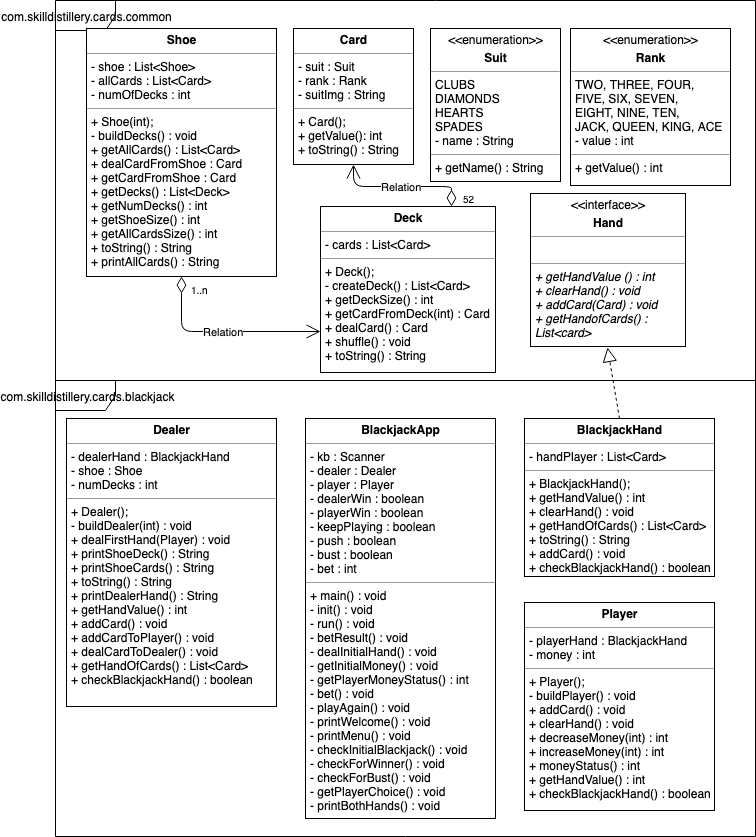
robrides/BlackjackProject keeps this draw.io diagram as CardGamesBlackjack.png. Above is the earlier version. Source tidied: cells renumbered, new cells last; positions are measured from the earlier drawing's top-left corner, leaving out a move shared by most shapes.
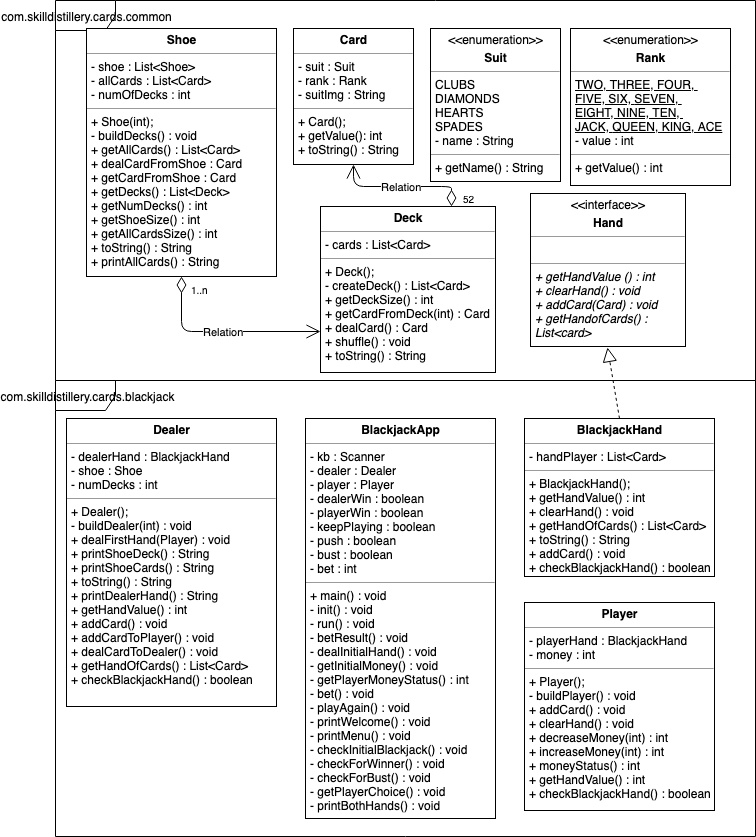
After the change.

Change to the diagram source:
```diff
@@ -20,7 +20,7 @@
     <mxCell id="7" value="&lt;p style=&quot;margin: 0px ; margin-top: 4px ; text-align: center&quot;&gt;&amp;lt;&amp;lt;enumeration&amp;gt;&amp;gt;&lt;/p&gt;&lt;p style=&quot;margin: 0px ; margin-top: 4px ; text-align: center&quot;&gt;&lt;b&gt;Suit&lt;/b&gt;&lt;/p&gt;&lt;hr size=&quot;1&quot;&gt;&lt;p style=&quot;margin: 0px ; margin-left: 4px&quot;&gt;&lt;span&gt;CLUBS&lt;/span&gt;&lt;br&gt;&lt;/p&gt;&lt;p style=&quot;margin: 0px ; margin-left: 4px&quot;&gt;DIAMONDS&lt;/p&gt;&lt;p style=&quot;margin: 0px ; margin-left: 4px&quot;&gt;HEARTS&lt;/p&gt;&lt;p style=&quot;margin: 0px ; margin-left: 4px&quot;&gt;SPADES&lt;/p&gt;&lt;p style=&quot;margin: 0px ; margin-left: 4px&quot;&gt;- name : String&lt;br&gt;&lt;/p&gt;&lt;hr size=&quot;1&quot;&gt;&lt;p style=&quot;margin: 0px ; margin-left: 4px&quot;&gt;+ getName() : String&lt;/p&gt;&lt;p style=&quot;margin: 0px ; margin-left: 4px&quot;&gt;&lt;br&gt;&lt;/p&gt;" style="verticalAlign=top;align=left;overflow=fill;fontSize=12;fontFamily=Helvetica;html=1;rounded=0;shadow=0;comic=0;labelBackgroundColor=none;strokeColor=#000000;strokeWidth=1;fillColor=#ffffff;" parent="1" vertex="1">
       <mxGeometry x="375" y="28" width="130" height="153" as="geometry" />
     </mxCell>
-    <mxCell id="8" value="&lt;p style=&quot;margin: 0px ; margin-top: 4px ; text-align: center&quot;&gt;&amp;lt;&amp;lt;enumeration&amp;gt;&amp;gt;&lt;/p&gt;&lt;p style=&quot;margin: 0px ; margin-top: 4px ; text-align: center&quot;&gt;&lt;b&gt;Rank&lt;/b&gt;&lt;/p&gt;&lt;hr size=&quot;1&quot;&gt;&lt;p style=&quot;margin: 0px ; margin-left: 4px&quot;&gt;TWO, THREE, FOUR,&amp;nbsp;&lt;/p&gt;&lt;p style=&quot;margin: 0px ; margin-left: 4px&quot;&gt;FIVE, SIX,&amp;nbsp;&lt;span&gt;SEVEN,&amp;nbsp;&lt;/span&gt;&lt;/p&gt;&lt;p style=&quot;margin: 0px ; margin-left: 4px&quot;&gt;&lt;span&gt;EIGHT, NINE, TEN,&amp;nbsp;&lt;/span&gt;&lt;/p&gt;&lt;p style=&quot;margin: 0px ; margin-left: 4px&quot;&gt;&lt;span&gt;JACK,&amp;nbsp;&lt;/span&gt;&lt;span&gt;QUEEN, KING, ACE&lt;/span&gt;&lt;/p&gt;&lt;p style=&quot;margin: 0px ; margin-left: 4px&quot;&gt;- value : int&lt;br&gt;&lt;/p&gt;&lt;hr size=&quot;1&quot;&gt;&lt;p style=&quot;margin: 0px ; margin-left: 4px&quot;&gt;+ getValue() : int&lt;/p&gt;&lt;p style=&quot;margin: 0px ; margin-left: 4px&quot;&gt;&lt;br&gt;&lt;/p&gt;" style="verticalAlign=top;align=left;overflow=fill;fontSize=12;fontFamily=Helvetica;html=1;rounded=0;shadow=0;comic=0;labelBackgroundColor=none;strokeColor=#000000;strokeWidth=1;fillColor=#ffffff;" parent="1" vertex="1">
+    <mxCell id="8" value="&lt;p style=&quot;margin: 0px ; margin-top: 4px ; text-align: center&quot;&gt;&amp;lt;&amp;lt;enumeration&amp;gt;&amp;gt;&lt;/p&gt;&lt;p style=&quot;margin: 0px ; margin-top: 4px ; text-align: center&quot;&gt;&lt;b&gt;Rank&lt;/b&gt;&lt;/p&gt;&lt;hr size=&quot;1&quot;&gt;&lt;p style=&quot;margin: 0px ; margin-left: 4px&quot;&gt;&lt;u&gt;TWO, THREE, FOUR,&amp;nbsp;&lt;/u&gt;&lt;/p&gt;&lt;p style=&quot;margin: 0px ; margin-left: 4px&quot;&gt;&lt;u&gt;FIVE, SIX,&amp;nbsp;&lt;span&gt;SEVEN,&amp;nbsp;&lt;/span&gt;&lt;/u&gt;&lt;/p&gt;&lt;p style=&quot;margin: 0px ; margin-left: 4px&quot;&gt;&lt;span&gt;&lt;u&gt;EIGHT, NINE, TEN,&amp;nbsp;&lt;/u&gt;&lt;/span&gt;&lt;/p&gt;&lt;p style=&quot;margin: 0px ; margin-left: 4px&quot;&gt;&lt;u&gt;&lt;span&gt;JACK,&amp;nbsp;&lt;/span&gt;&lt;span&gt;QUEEN, KING, ACE&lt;/span&gt;&lt;/u&gt;&lt;/p&gt;&lt;p style=&quot;margin: 0px ; margin-left: 4px&quot;&gt;- value : int&lt;br&gt;&lt;/p&gt;&lt;hr size=&quot;1&quot;&gt;&lt;p style=&quot;margin: 0px ; margin-left: 4px&quot;&gt;+ getValue() : int&lt;/p&gt;&lt;p style=&quot;margin: 0px ; margin-left: 4px&quot;&gt;&lt;br&gt;&lt;/p&gt;" style="verticalAlign=top;align=left;overflow=fill;fontSize=12;fontFamily=Helvetica;html=1;rounded=0;shadow=0;comic=0;labelBackgroundColor=none;strokeColor=#000000;strokeWidth=1;fillColor=#ffffff;" parent="1" vertex="1">
       <mxGeometry x="515" y="28" width="160" height="157" as="geometry" />
     </mxCell>
     <mxCell id="9" value="&lt;p style=&quot;margin: 0px ; margin-top: 4px ; text-align: center&quot;&gt;&lt;b&gt;Deck&lt;/b&gt;&lt;/p&gt;&lt;hr size=&quot;1&quot;&gt;&lt;p style=&quot;margin: 0px ; margin-left: 4px&quot;&gt;- cards : List&amp;lt;Card&amp;gt;&lt;/p&gt;&lt;hr size=&quot;1&quot;&gt;&lt;p style=&quot;margin: 0px ; margin-left: 4px&quot;&gt;+ Deck();&lt;/p&gt;&lt;p style=&quot;margin: 0px ; margin-left: 4px&quot;&gt;- createDeck() : List&amp;lt;Card&amp;gt;&amp;nbsp;&lt;/p&gt;&lt;p style=&quot;margin: 0px ; margin-left: 4px&quot;&gt;+ getDeckSize() : int&lt;/p&gt;&lt;p style=&quot;margin: 0px ; margin-left: 4px&quot;&gt;+ getCardFromDeck(int) : Card&lt;/p&gt;&lt;p style=&quot;margin: 0px ; margin-left: 4px&quot;&gt;+ dealCard() : Card&lt;/p&gt;&lt;p style=&quot;margin: 0px ; margin-left: 4px&quot;&gt;+ shuffle() : void&lt;/p&gt;&lt;p style=&quot;margin: 0px ; margin-left: 4px&quot;&gt;+ toString() : String&lt;/p&gt;" style="verticalAlign=top;align=left;overflow=fill;fontSize=12;fontFamily=Helvetica;html=1;rounded=0;shadow=0;comic=0;labelBackgroundColor=none;strokeColor=#000000;strokeWidth=1;fillColor=#ffffff;" parent="1" vertex="1">
```
